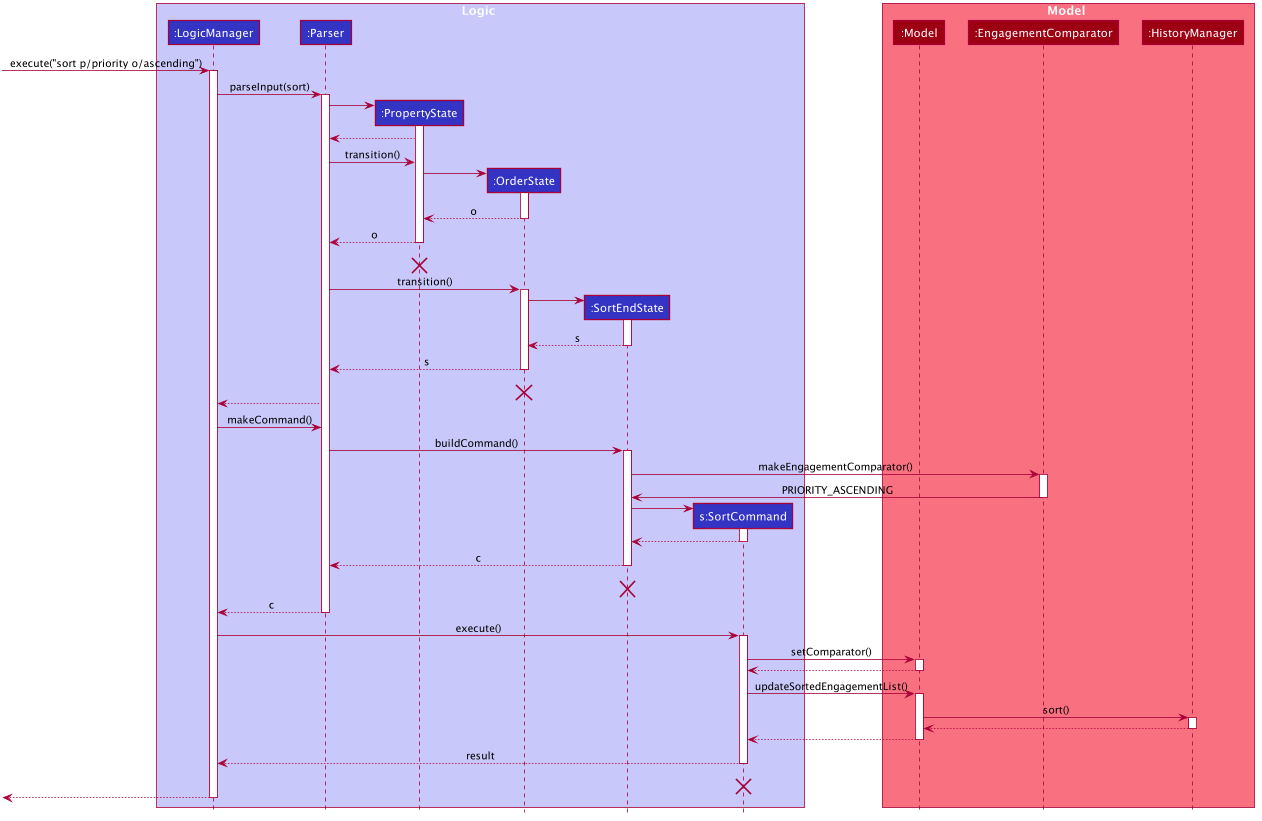
This is docs/images/SortSequenceDiagram.png from nus-cs2103-AY1920S1/addressbook-level3, a PlantUML export, as it was before one commit.
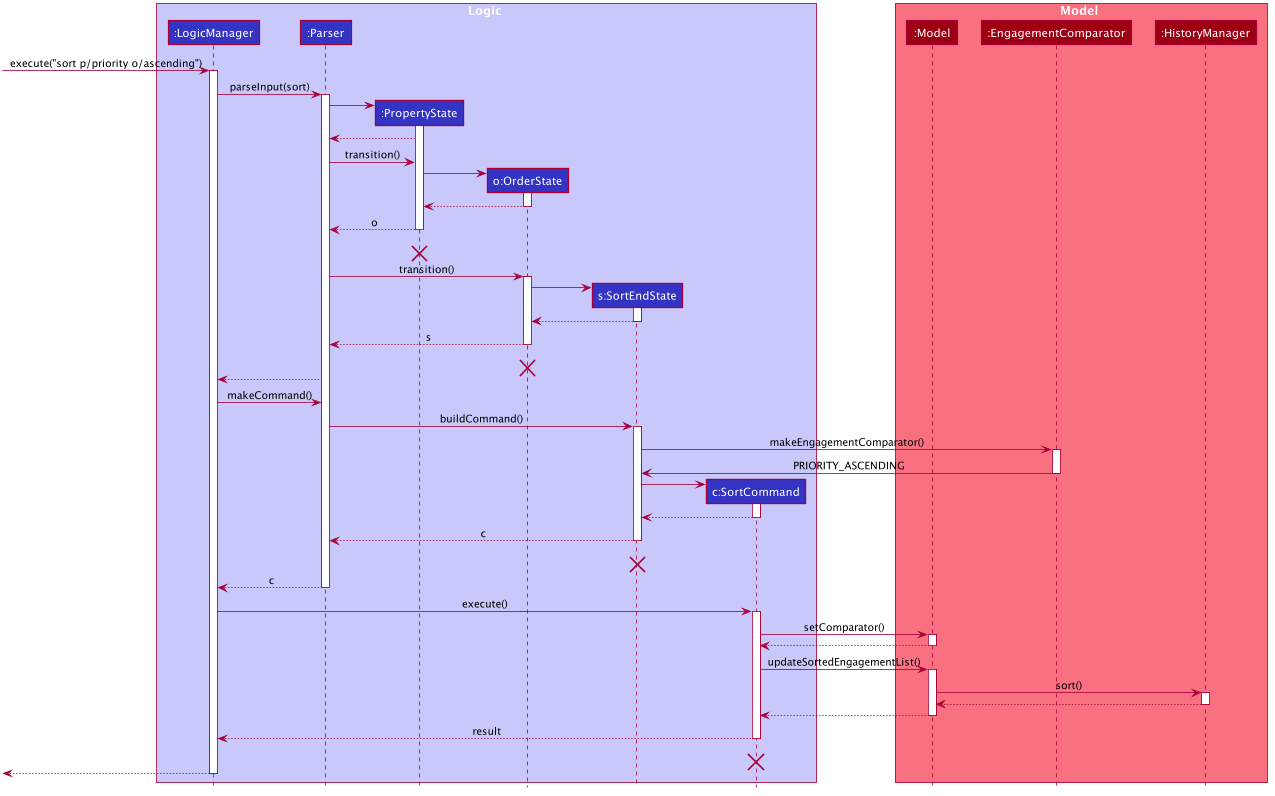
After the commit.

Change to the diagram source:
```diff
@@ -52,9 +52,9 @@
 participant ":LogicManager" as LogicManager #3333C4
 participant ":Parser" as Parser #3333C4
 participant ":PropertyState" as PropertyState #3333C4
-participant ":OrderState" as OrderState #3333C4
-participant ":SortEndState" as SortEndState #3333C4
-participant "s:SortCommand" as SortCommand #3333C4
+participant "o:OrderState" as OrderState #3333C4
+participant "s:SortEndState" as SortEndState #3333C4
+participant "c:SortCommand" as SortCommand #3333C4
 end box
 
 box Model #F97181
@@ -78,7 +78,7 @@
 PropertyState -> OrderState
 activate OrderState
 
-OrderState --> PropertyState : o
+OrderState --> PropertyState
 deactivate OrderState
 PropertyState --> Parser : o
 deactivate PropertyState
@@ -92,7 +92,7 @@
 OrderState -> SortEndState
 activate SortEndState
 
-SortEndState --> OrderState : s
+SortEndState --> OrderState
 deactivate SortEndState
 OrderState --> Parser : s
 deactivate OrderState
```
